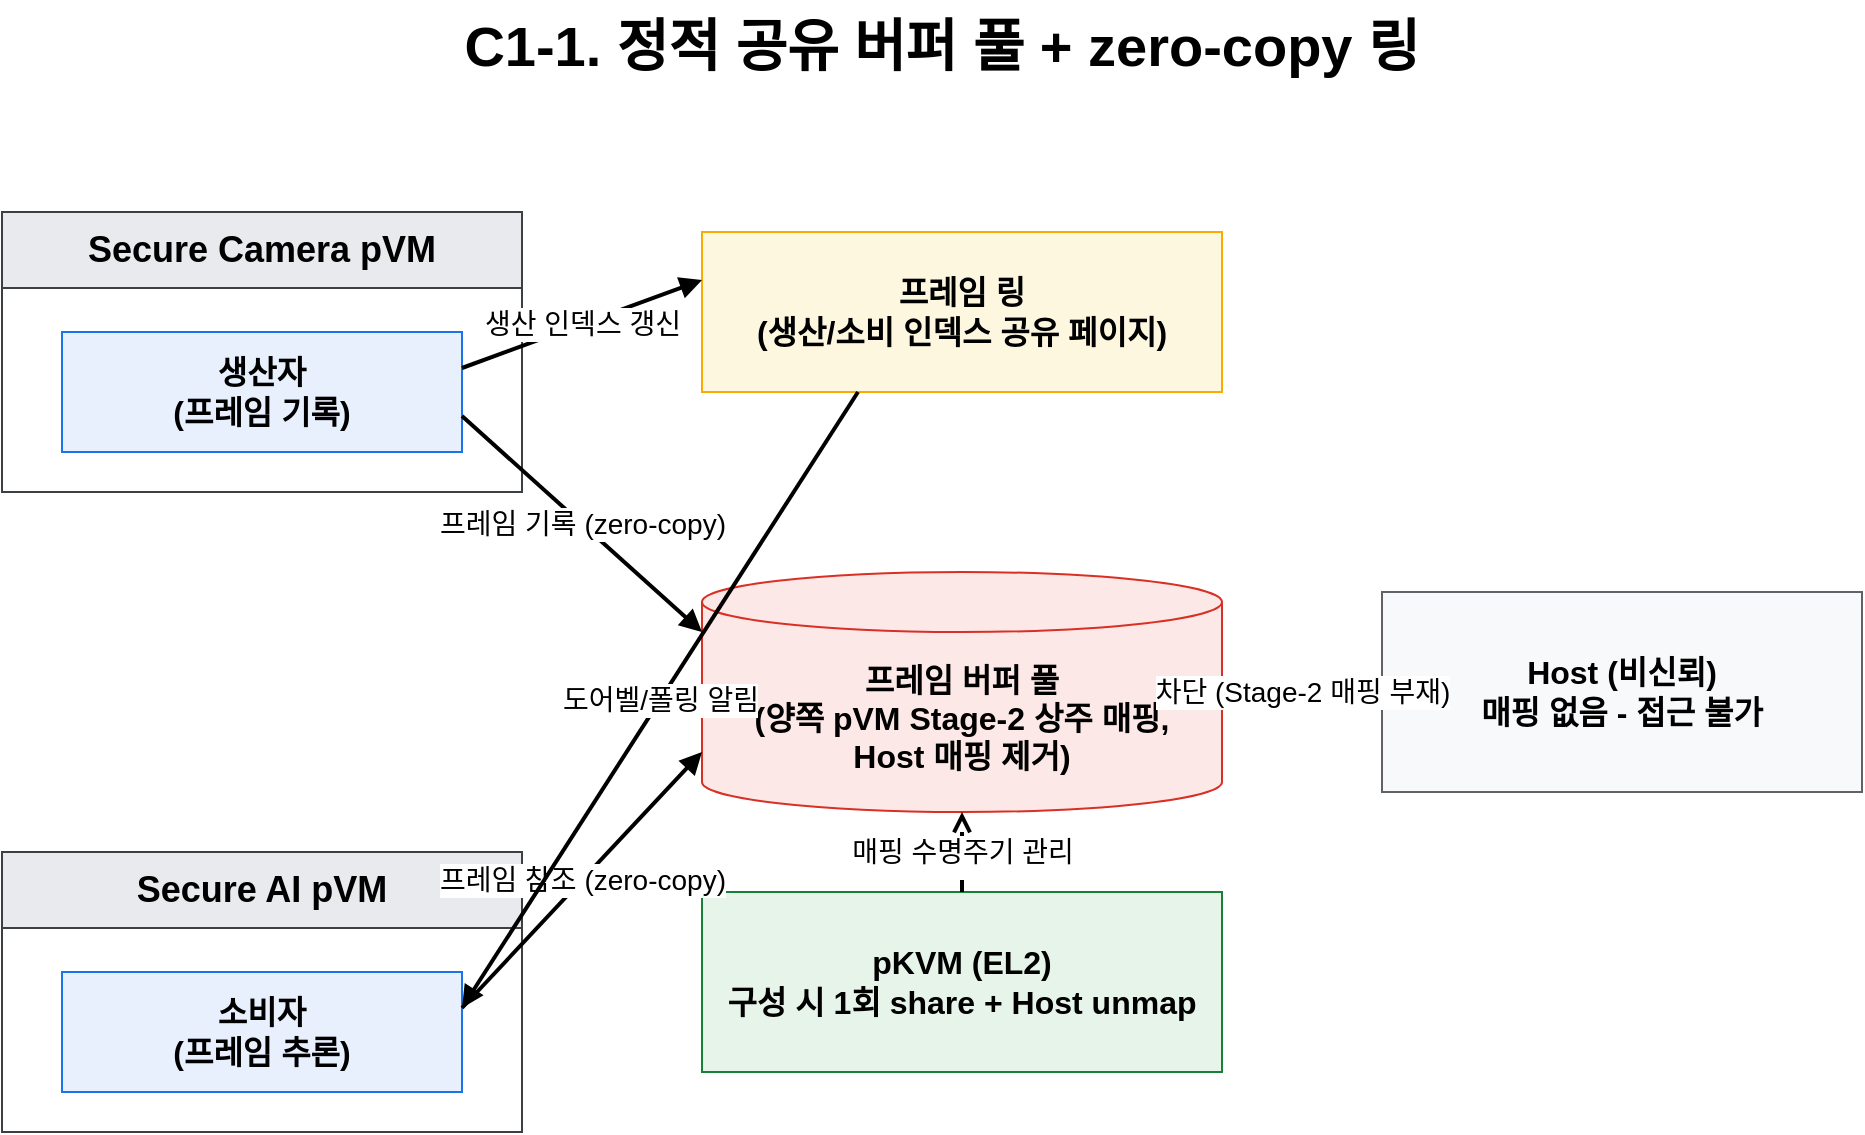
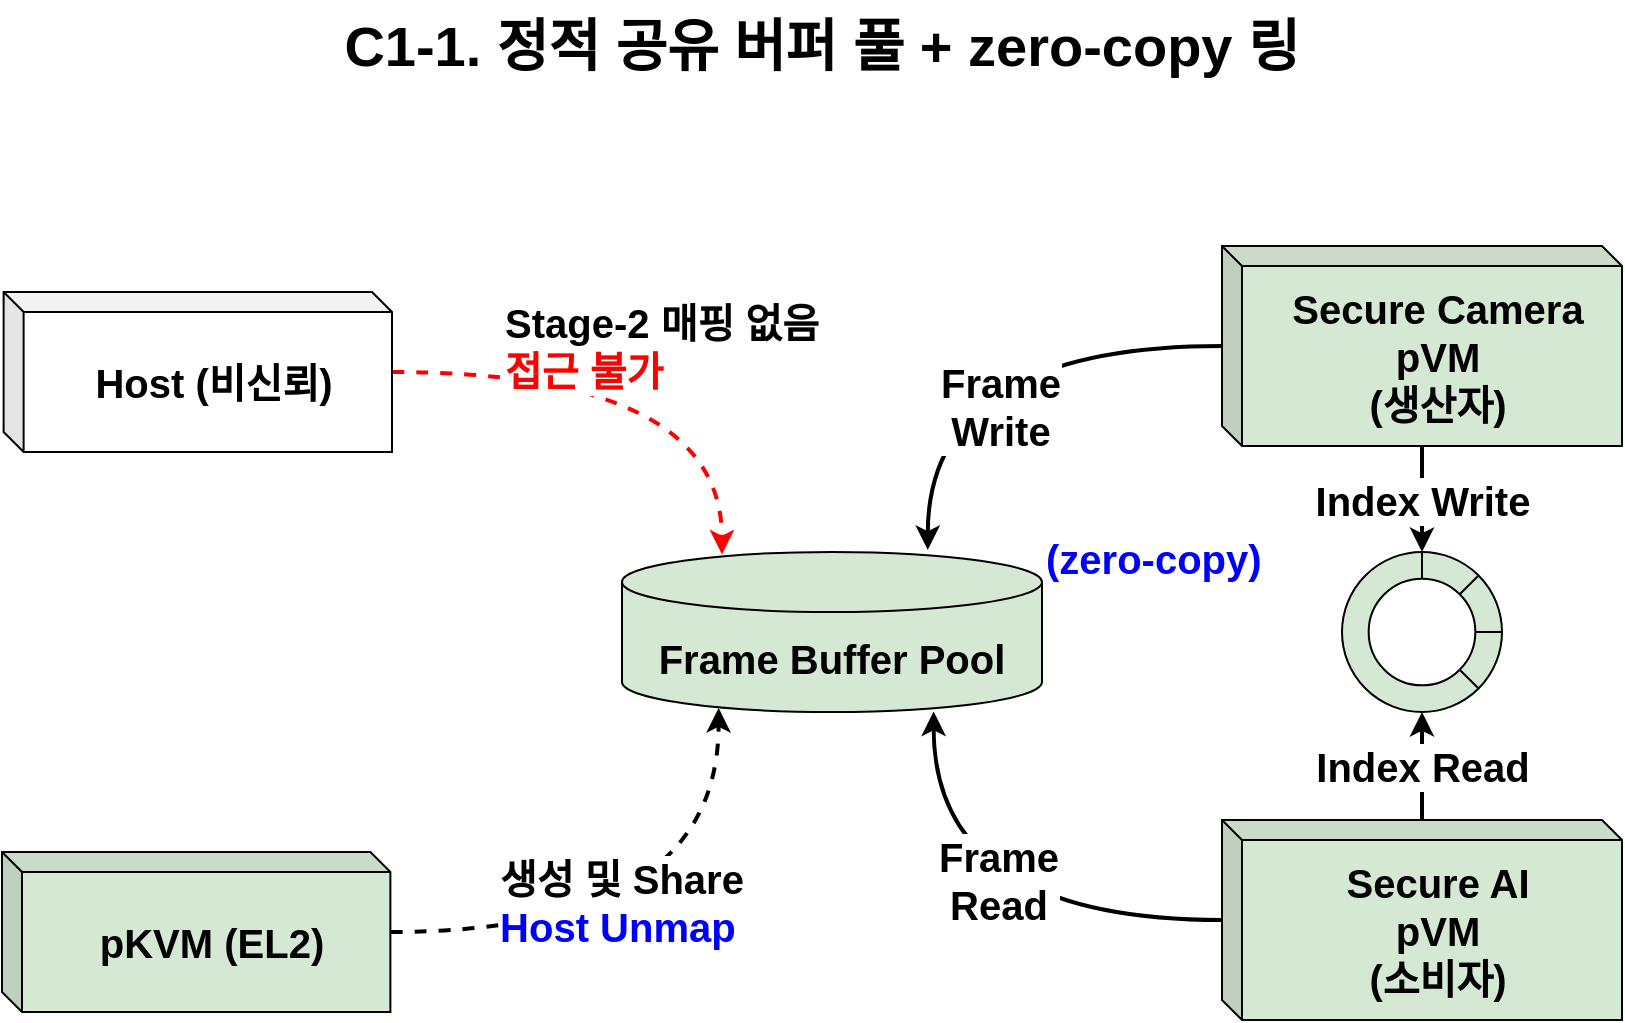
- <mxfile host="app.diagrams.net" modified="2026-07-09T00:00:00.000Z" agent="Claude" version="24.7.17" type="device">
+ <mxfile host="Electron" agent="Claude">
  <diagram id="c1-1-static-shared-pool" name="C1-1">
-     <mxGraphModel dx="1280" dy="720" grid="1" gridSize="10" guides="1" tooltips="1" connect="1" arrows="1" fold="1" page="1" pageScale="1" pageWidth="1080" pageHeight="640" math="0" shadow="0">
+     <mxGraphModel dx="1147" dy="626" grid="1" gridSize="10" guides="1" tooltips="1" connect="1" arrows="1" fold="1" page="1" pageScale="1" pageWidth="1080" pageHeight="640" math="0" shadow="0">
      <root>
-         <mxCell id="0"/>
-         <mxCell id="1" parent="0"/>
-         <mxCell id="title" value="C1-1. 정적 공유 버퍼 풀 + zero-copy 링" style="text;html=1;strokeColor=none;fillColor=none;align=center;verticalAlign=middle;whiteSpace=wrap;rounded=0;fontSize=28;fontStyle=1" vertex="1" parent="1">
-           <mxGeometry x="200" y="34" width="680" height="46" as="geometry"/>
+         <mxCell id="0" />
+         <mxCell id="1" parent="0" />
+         <mxCell id="title" parent="1" style="text;html=1;strokeColor=none;fillColor=none;align=center;verticalAlign=middle;whiteSpace=wrap;rounded=0;fontSize=28;fontStyle=1" value="C1-1. 정적 공유 버퍼 풀 + zero-copy 링" vertex="1">
+           <mxGeometry height="46" width="680" x="200" y="34" as="geometry" />
        </mxCell>
-         <mxCell id="cam" value="Secure Camera pVM" style="swimlane;html=1;whiteSpace=wrap;rounded=0;startSize=38;horizontal=1;fillColor=#e8eaed;strokeColor=#3c4043;fontSize=18;fontStyle=1" vertex="1" parent="1">
-           <mxGeometry x="70" y="140" width="260" height="140" as="geometry"/>
+         <mxCell id="K2N52KFrDFVE28a3Qz0U-38" edge="1" parent="1" source="K2N52KFrDFVE28a3Qz0U-15" style="edgeStyle=orthogonalEdgeStyle;rounded=0;orthogonalLoop=1;jettySize=auto;html=1;entryX=0.5;entryY=0;entryDx=0;entryDy=0;fontSize=20;fontStyle=1;strokeWidth=2;" target="K2N52KFrDFVE28a3Qz0U-22" value="Index Write">
+           <mxGeometry relative="1" as="geometry" />
        </mxCell>
-         <mxCell id="prod" value="생산자&lt;br&gt;(프레임 기록)" style="rounded=0;whiteSpace=wrap;html=1;fillColor=#e8f0fe;strokeColor=#1a73e8;fontSize=16;fontStyle=1" vertex="1" parent="cam">
-           <mxGeometry x="30" y="60" width="200" height="60" as="geometry"/>
+         <mxCell id="K2N52KFrDFVE28a3Qz0U-15" parent="1" style="shape=cube;whiteSpace=wrap;html=1;boundedLbl=1;backgroundOutline=1;darkOpacity=0.05;darkOpacity2=0.1;fontSize=20;fontStyle=1;verticalAlign=middle;align=center;spacingLeft=6;size=10;fillColor=#d5e8d4;strokeColor=#000000;" value="Secure Camera&lt;div&gt;pVM&lt;/div&gt;&lt;div&gt;(생산자)&lt;/div&gt;" vertex="1">
+           <mxGeometry height="100" width="200" x="740" y="157" as="geometry" />
        </mxCell>
-         <mxCell id="ai" value="Secure AI pVM" style="swimlane;html=1;whiteSpace=wrap;rounded=0;startSize=38;horizontal=1;fillColor=#e8eaed;strokeColor=#3c4043;fontSize=18;fontStyle=1" vertex="1" parent="1">
-           <mxGeometry x="70" y="460" width="260" height="140" as="geometry"/>
+         <mxCell id="K2N52KFrDFVE28a3Qz0U-39" edge="1" parent="1" source="K2N52KFrDFVE28a3Qz0U-16" style="edgeStyle=orthogonalEdgeStyle;rounded=0;orthogonalLoop=1;jettySize=auto;html=1;entryX=0.5;entryY=1;entryDx=0;entryDy=0;fontSize=20;fontStyle=1;strokeWidth=2;" target="K2N52KFrDFVE28a3Qz0U-22" value="Index Read">
+           <mxGeometry relative="1" as="geometry" />
        </mxCell>
-         <mxCell id="cons" value="소비자&lt;br&gt;(프레임 추론)" style="rounded=0;whiteSpace=wrap;html=1;fillColor=#e8f0fe;strokeColor=#1a73e8;fontSize=16;fontStyle=1" vertex="1" parent="ai">
-           <mxGeometry x="30" y="60" width="200" height="60" as="geometry"/>
+         <mxCell id="K2N52KFrDFVE28a3Qz0U-16" parent="1" style="shape=cube;whiteSpace=wrap;html=1;boundedLbl=1;backgroundOutline=1;darkOpacity=0.05;darkOpacity2=0.1;fontSize=20;fontStyle=1;verticalAlign=middle;align=center;spacingLeft=6;size=10;fillColor=#d5e8d4;strokeColor=#000000;" value="Secure AI&lt;div&gt;pVM&lt;/div&gt;&lt;div&gt;(소비자)&lt;/div&gt;" vertex="1">
+           <mxGeometry height="100" width="200" x="740" y="444" as="geometry" />
        </mxCell>
-         <mxCell id="ring" value="프레임 링&lt;br&gt;(생산/소비 인덱스 공유 페이지)" style="rounded=0;whiteSpace=wrap;html=1;fillColor=#fef7e0;strokeColor=#f9ab00;fontSize=16;fontStyle=1" vertex="1" parent="1">
-           <mxGeometry x="420" y="150" width="260" height="80" as="geometry"/>
+         <mxCell id="K2N52KFrDFVE28a3Qz0U-31" parent="1" style="shape=cylinder3;whiteSpace=wrap;html=1;boundedLbl=1;backgroundOutline=1;size=15;fillColor=#d5e8d4;strokeColor=#000000;fontStyle=1;fontSize=20;" value="Frame Buffer Pool" vertex="1">
+           <mxGeometry height="80" width="210" x="440" y="310" as="geometry" />
        </mxCell>
-         <mxCell id="pool" value="프레임 버퍼 풀&lt;br&gt;(양쪽 pVM Stage-2 상주 매핑,&lt;br&gt;Host 매핑 제거)" style="shape=cylinder3;whiteSpace=wrap;html=1;boundedLbl=1;backgroundOutline=1;size=15;fillColor=#fce8e6;strokeColor=#d93025;fontSize=16;fontStyle=1" vertex="1" parent="1">
-           <mxGeometry x="420" y="320" width="260" height="120" as="geometry"/>
+         <mxCell id="K2N52KFrDFVE28a3Qz0U-32" connectable="0" parent="1" style="group" value="" vertex="1">
+           <mxGeometry height="80" width="80" x="800" y="310" as="geometry" />
        </mxCell>
-         <mxCell id="hv" value="pKVM (EL2)&lt;br&gt;구성 시 1회 share + Host unmap" style="rounded=0;whiteSpace=wrap;html=1;fillColor=#e6f4ea;strokeColor=#188038;fontSize=16;fontStyle=1" vertex="1" parent="1">
-           <mxGeometry x="420" y="480" width="260" height="90" as="geometry"/>
+         <mxCell id="K2N52KFrDFVE28a3Qz0U-22" parent="K2N52KFrDFVE28a3Qz0U-32" style="ellipse;whiteSpace=wrap;html=1;aspect=fixed;fillColor=#d5e8d4;strokeColor=#000000;" value="" vertex="1">
+           <mxGeometry height="80" width="80" as="geometry" />
        </mxCell>
-         <mxCell id="host" value="Host (비신뢰)&lt;br&gt;매핑 없음 - 접근 불가" style="rounded=0;whiteSpace=wrap;html=1;fillColor=#f8f9fa;strokeColor=#5f6368;fontSize=16;fontStyle=1" vertex="1" parent="1">
-           <mxGeometry x="760" y="330" width="240" height="100" as="geometry"/>
+         <mxCell id="K2N52KFrDFVE28a3Qz0U-23" edge="1" parent="K2N52KFrDFVE28a3Qz0U-32" source="K2N52KFrDFVE28a3Qz0U-21" style="edgeStyle=orthogonalEdgeStyle;rounded=0;orthogonalLoop=1;jettySize=auto;html=1;exitX=0.5;exitY=0;exitDx=0;exitDy=0;entryX=0.5;entryY=0;entryDx=0;entryDy=0;endArrow=none;endFill=0;" target="K2N52KFrDFVE28a3Qz0U-22">
+           <mxGeometry relative="1" as="geometry" />
        </mxCell>
-         <mxCell id="e-prod-pool" value="프레임 기록 (zero-copy)" style="endArrow=block;html=1;rounded=0;strokeWidth=2;exitX=1;exitY=0.7;exitDx=0;exitDy=0;entryX=0;entryY=0.25;entryDx=0;entryDy=0;fontSize=14" edge="1" parent="1" source="prod" target="pool">
-           <mxGeometry relative="1" as="geometry"/>
+         <mxCell id="K2N52KFrDFVE28a3Qz0U-24" edge="1" parent="K2N52KFrDFVE28a3Qz0U-32" source="K2N52KFrDFVE28a3Qz0U-21" style="rounded=0;orthogonalLoop=1;jettySize=auto;html=1;exitX=1;exitY=0;exitDx=0;exitDy=0;entryX=1;entryY=0;entryDx=0;entryDy=0;endArrow=none;endFill=0;" target="K2N52KFrDFVE28a3Qz0U-22">
+           <mxGeometry relative="1" as="geometry" />
        </mxCell>
-         <mxCell id="e-cons-pool" value="프레임 참조 (zero-copy)" style="endArrow=block;html=1;rounded=0;strokeWidth=2;exitX=1;exitY=0.3;exitDx=0;exitDy=0;entryX=0;entryY=0.75;entryDx=0;entryDy=0;fontSize=14" edge="1" parent="1" source="cons" target="pool">
-           <mxGeometry relative="1" as="geometry"/>
+         <mxCell id="K2N52KFrDFVE28a3Qz0U-25" edge="1" parent="K2N52KFrDFVE28a3Qz0U-32" source="K2N52KFrDFVE28a3Qz0U-21" style="edgeStyle=orthogonalEdgeStyle;rounded=0;orthogonalLoop=1;jettySize=auto;html=1;exitX=1;exitY=0.5;exitDx=0;exitDy=0;entryX=1;entryY=0.5;entryDx=0;entryDy=0;endArrow=none;endFill=0;" target="K2N52KFrDFVE28a3Qz0U-22">
+           <mxGeometry relative="1" as="geometry" />
        </mxCell>
-         <mxCell id="e-prod-ring" value="생산 인덱스 갱신" style="endArrow=block;html=1;rounded=0;strokeWidth=2;exitX=1;exitY=0.3;exitDx=0;exitDy=0;entryX=0;entryY=0.3;entryDx=0;entryDy=0;fontSize=14" edge="1" parent="1" source="prod" target="ring">
-           <mxGeometry relative="1" as="geometry"/>
+         <mxCell id="K2N52KFrDFVE28a3Qz0U-26" edge="1" parent="K2N52KFrDFVE28a3Qz0U-32" source="K2N52KFrDFVE28a3Qz0U-21" style="rounded=0;orthogonalLoop=1;jettySize=auto;html=1;exitX=1;exitY=1;exitDx=0;exitDy=0;entryX=1;entryY=1;entryDx=0;entryDy=0;endArrow=none;endFill=0;" target="K2N52KFrDFVE28a3Qz0U-22">
+           <mxGeometry relative="1" as="geometry" />
        </mxCell>
-         <mxCell id="e-ring-cons" value="도어벨/폴링 알림" style="endArrow=block;html=1;rounded=0;strokeWidth=2;exitX=0.3;exitY=1;exitDx=0;exitDy=0;entryX=1;entryY=0.3;entryDx=0;entryDy=0;fontSize=14" edge="1" parent="1" source="ring" target="cons">
-           <mxGeometry relative="1" as="geometry"/>
+         <mxCell id="K2N52KFrDFVE28a3Qz0U-21" parent="K2N52KFrDFVE28a3Qz0U-32" style="ellipse;whiteSpace=wrap;html=1;aspect=fixed;" value="" vertex="1">
+           <mxGeometry height="53.33333333333333" width="53.33333333333333" x="13.333333333333314" y="13.333333333333314" as="geometry" />
        </mxCell>
-         <mxCell id="e-hv-pool" value="매핑 수명주기 관리" style="endArrow=open;html=1;rounded=0;dashed=1;strokeWidth=2;exitX=0.5;exitY=0;exitDx=0;exitDy=0;entryX=0.5;entryY=1;entryDx=0;entryDy=0;fontSize=14" edge="1" parent="1" source="hv" target="pool">
-           <mxGeometry relative="1" as="geometry"/>
+         <mxCell id="K2N52KFrDFVE28a3Qz0U-33" edge="1" parent="1" source="K2N52KFrDFVE28a3Qz0U-3" style="edgeStyle=orthogonalEdgeStyle;rounded=0;orthogonalLoop=1;jettySize=auto;html=1;curved=1;fontSize=20;fontStyle=1;dashed=1;strokeWidth=2;strokeColor=#FF0000;entryX=0.238;entryY=0.015;entryDx=0;entryDy=0;entryPerimeter=0;" target="K2N52KFrDFVE28a3Qz0U-31" value="&lt;div style=&quot;forced-color-adjust: none; color: rgb(0, 0, 0); font-family: Helvetica; font-size: 20px; font-style: normal; font-variant-ligatures: normal; font-variant-caps: normal; font-weight: 700; letter-spacing: normal; orphans: 2; text-align: left; text-indent: 0px; text-transform: none; widows: 2; word-spacing: 0px; -webkit-text-stroke-width: 0px; white-space: normal; background-color: rgb(236, 236, 236); text-decoration-thickness: initial; text-decoration-style: initial; text-decoration-color: initial;&quot;&gt;&lt;br&gt;&lt;/div&gt;">
+           <mxGeometry relative="1" x="0.0049" as="geometry">
+             <mxPoint as="offset" />
+           </mxGeometry>
        </mxCell>
-         <mxCell id="e-host-pool" value="차단 (Stage-2 매핑 부재)" style="endArrow=open;html=1;rounded=0;dashed=1;strokeWidth=2;exitX=0;exitY=0.5;exitDx=0;exitDy=0;entryX=1;entryY=0.5;entryDx=0;entryDy=0;fontSize=14" edge="1" parent="1" source="host" target="pool">
-           <mxGeometry relative="1" as="geometry"/>
+         <mxCell id="K2N52KFrDFVE28a3Qz0U-34" edge="1" parent="1" source="K2N52KFrDFVE28a3Qz0U-29" style="edgeStyle=orthogonalEdgeStyle;rounded=0;orthogonalLoop=1;jettySize=auto;html=1;entryX=0.23;entryY=0.975;entryDx=0;entryDy=0;entryPerimeter=0;curved=1;fontSize=20;fontStyle=1;dashed=1;strokeWidth=2;" target="K2N52KFrDFVE28a3Qz0U-31" value="">
+           <mxGeometry relative="1" x="-0.2327" y="20" as="geometry">
+             <mxPoint as="offset" />
+           </mxGeometry>
+         </mxCell>
+         <mxCell id="K2N52KFrDFVE28a3Qz0U-35" edge="1" parent="1" source="K2N52KFrDFVE28a3Qz0U-15" style="edgeStyle=orthogonalEdgeStyle;rounded=0;orthogonalLoop=1;jettySize=auto;html=1;entryX=0.728;entryY=-0.013;entryDx=0;entryDy=0;entryPerimeter=0;curved=1;fontSize=20;fontStyle=1;strokeWidth=2;" target="K2N52KFrDFVE28a3Qz0U-31" value="&lt;div&gt;Frame&lt;/div&gt;Write">
+           <mxGeometry relative="1" x="-0.1059" y="30" as="geometry">
+             <mxPoint as="offset" />
+           </mxGeometry>
+         </mxCell>
+         <mxCell id="K2N52KFrDFVE28a3Qz0U-36" edge="1" parent="1" source="K2N52KFrDFVE28a3Qz0U-16" style="edgeStyle=orthogonalEdgeStyle;rounded=0;orthogonalLoop=1;jettySize=auto;html=1;entryX=0.742;entryY=0.997;entryDx=0;entryDy=0;entryPerimeter=0;curved=1;fontSize=20;fontStyle=1;strokeWidth=2;" target="K2N52KFrDFVE28a3Qz0U-31" value="&lt;div&gt;Frame&lt;/div&gt;Read">
+           <mxGeometry relative="1" x="-0.1" y="-20" as="geometry">
+             <mxPoint as="offset" />
+           </mxGeometry>
+         </mxCell>
+         <mxCell id="K2N52KFrDFVE28a3Qz0U-45" parent="1" style="text;html=1;whiteSpace=wrap;strokeColor=none;fillColor=none;align=left;verticalAlign=middle;rounded=0;fontColor=#0000FF;fontSize=20;fontStyle=1" value="(zero-copy)" vertex="1">
+           <mxGeometry height="45" width="178" x="650" y="290" as="geometry" />
+         </mxCell>
+         <mxCell id="ygb0PJF63oxIfTcc26Yg-1" parent="1" style="text;html=1;whiteSpace=wrap;align=center;verticalAlign=middle;rounded=0;labelBackgroundColor=default;" value="&lt;div style=&quot;color: rgb(0, 0, 0); font-size: 20px; font-weight: 700; text-align: left;&quot;&gt;&lt;span style=&quot;color: light-dark(rgb(0, 0, 0), rgb(237, 237, 237)); background-color: light-dark(#ffffff, var(--ge-dark-color, #121212));&quot;&gt;Stage-2 매핑 없음&lt;/span&gt;&lt;/div&gt;&lt;div style=&quot;color: rgb(0, 0, 0); font-size: 20px; font-weight: 700; text-align: left;&quot;&gt;&lt;span style=&quot;color: rgb(255, 0, 0);&quot;&gt;접근 불가&lt;/span&gt;&lt;span style=&quot;color: light-dark(rgb(0, 0, 0), rgb(237, 237, 237)); background-color: light-dark(#ffffff, var(--ge-dark-color, #121212));&quot;&gt;&lt;/span&gt;&lt;/div&gt;" vertex="1">
+           <mxGeometry height="50" width="160" x="380" y="182" as="geometry" />
+         </mxCell>
+         <mxCell id="ygb0PJF63oxIfTcc26Yg-2" parent="1" style="text;html=1;whiteSpace=wrap;align=center;verticalAlign=middle;rounded=0;labelBackgroundColor=default;" value="&lt;div style=&quot;font-size: 20px; font-weight: 700; text-align: left;&quot;&gt;&lt;span style=&quot;color: light-dark(rgb(0, 0, 0), rgb(237, 237, 237));&quot;&gt;&lt;span style=&quot;color: rgb(0, 0, 0); float: none; display: inline !important;&quot;&gt;생성 및 Share&lt;/span&gt;&lt;br style=&quot;color: rgb(0, 0, 0);&quot;&gt;&lt;/span&gt;&lt;div&gt;&lt;font style=&quot;color: rgb(0, 0, 255);&quot;&gt;Host Unmap&lt;/font&gt;&lt;/div&gt;&lt;/div&gt;" vertex="1">
+           <mxGeometry height="50" width="160" x="360" y="460" as="geometry" />
+         </mxCell>
+         <mxCell id="K2N52KFrDFVE28a3Qz0U-3" parent="1" style="shape=cube;whiteSpace=wrap;html=1;boundedLbl=1;backgroundOutline=1;darkOpacity=0.05;darkOpacity2=0.1;fontSize=20;fontStyle=1;verticalAlign=middle;align=center;spacingLeft=6;size=10;" value="Host (비신뢰)" vertex="1">
+           <mxGeometry height="80" width="194.1908713692946" x="130.8091286307054" y="180" as="geometry" />
+         </mxCell>
+         <mxCell id="K2N52KFrDFVE28a3Qz0U-29" parent="1" style="shape=cube;whiteSpace=wrap;html=1;boundedLbl=1;backgroundOutline=1;darkOpacity=0.05;darkOpacity2=0.1;fontSize=20;fontStyle=1;verticalAlign=middle;align=center;spacingLeft=6;size=10;fillColor=#d5e8d4;strokeColor=#000000;" value="pKVM (EL2)" vertex="1">
+           <mxGeometry height="80" width="194.1908713692946" x="130" y="460" as="geometry" />
        </mxCell>
      </root>
    </mxGraphModel>
  </diagram>
</mxfile>
